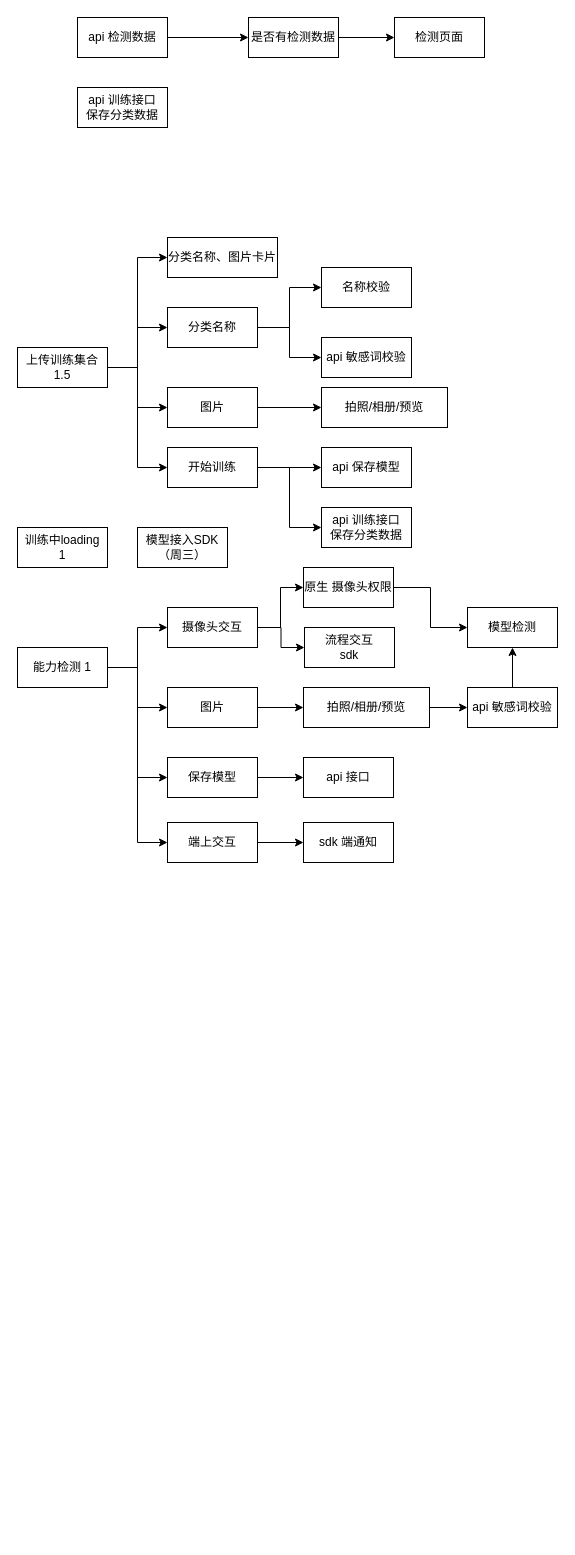
This is page "物品识别" (9 of 9) of my-project/未命名绘图.drawio from gmtaurus/ceshi, a draw.io file, before an edit. Source tidied: cells renumbered, new cells numbered last; positions are measured from the earlier drawing's top-left corner, leaving out a move shared by most shapes. Both pictures are drawn from the tidied source at 100%, with x=0, y=0 at pixel (17, 17).
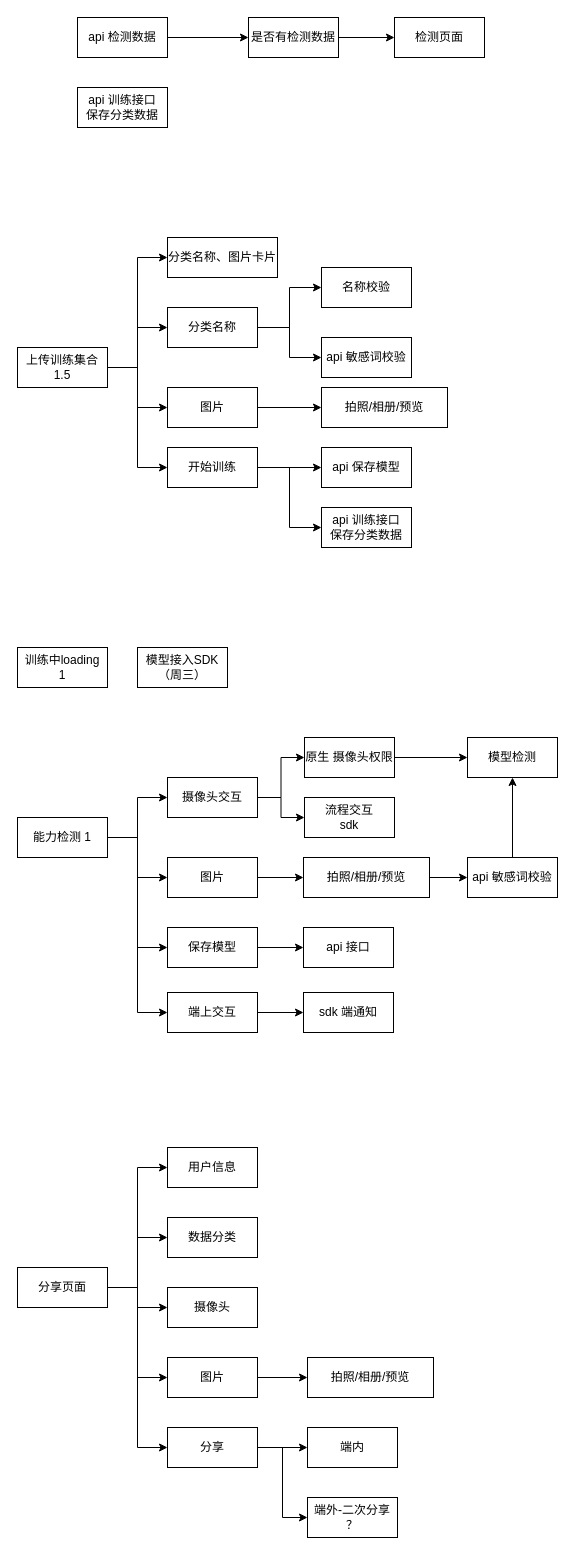
The same diagram, later.

Commit message:
更新未命名绘图.drawio

Diff of the diagram source:
```diff
@@
     <mxCell id="15" value="训练中loading&lt;br&gt;1" style="rounded=0;whiteSpace=wrap;html=1;" parent="1" vertex="1">
-      <mxGeometry y="510" width="90" height="40" as="geometry" />
+      <mxGeometry y="630" width="90" height="40" as="geometry" />
     </mxCell>
@@
     <mxCell id="21" value="能力检测 1" style="rounded=0;whiteSpace=wrap;html=1;" parent="1" vertex="1">
-      <mxGeometry y="630" width="90" height="40" as="geometry" />
+      <mxGeometry y="800" width="90" height="40" as="geometry" />
     </mxCell>
@@
     <mxCell id="24" value="摄像头交互" style="rounded=0;whiteSpace=wrap;html=1;" parent="1" vertex="1">
-      <mxGeometry x="150" y="590" width="90" height="40" as="geometry" />
+      <mxGeometry x="150" y="760" width="90" height="40" as="geometry" />
     </mxCell>
@@
     <mxCell id="26" value="原生 摄像头权限" style="rounded=0;whiteSpace=wrap;html=1;" parent="1" vertex="1">
-      <mxGeometry x="286" y="550" width="90" height="40" as="geometry" />
+      <mxGeometry x="287" y="720" width="90" height="40" as="geometry" />
     </mxCell>
     <mxCell id="27" value="模型接入SDK（周三）" style="rounded=0;whiteSpace=wrap;html=1;" parent="1" vertex="1">
-      <mxGeometry x="120" y="510" width="90" height="40" as="geometry" />
+      <mxGeometry x="120" y="630" width="90" height="40" as="geometry" />
     </mxCell>
@@
     <mxCell id="29" value="图片" style="rounded=0;whiteSpace=wrap;html=1;" parent="1" vertex="1">
-      <mxGeometry x="150" y="670" width="90" height="40" as="geometry" />
+      <mxGeometry x="150" y="840" width="90" height="40" as="geometry" />
     </mxCell>
@@
     <mxCell id="31" value="拍照/相册/预览" style="rounded=0;whiteSpace=wrap;html=1;" parent="1" vertex="1">
-      <mxGeometry x="286" y="670" width="126" height="40" as="geometry" />
+      <mxGeometry x="286" y="840" width="126" height="40" as="geometry" />
     </mxCell>
@@
     <mxCell id="33" value="保存模型" style="rounded=0;whiteSpace=wrap;html=1;" parent="1" vertex="1">
-      <mxGeometry x="150" y="740" width="90" height="40" as="geometry" />
+      <mxGeometry x="150" y="910" width="90" height="40" as="geometry" />
     </mxCell>
@@
     <mxCell id="35" value="端上交互" style="rounded=0;whiteSpace=wrap;html=1;" parent="1" vertex="1">
-      <mxGeometry x="150" y="805" width="90" height="40" as="geometry" />
+      <mxGeometry x="150" y="975" width="90" height="40" as="geometry" />
     </mxCell>
     <mxCell id="36" value="sdk 端通知" style="rounded=0;whiteSpace=wrap;html=1;" parent="1" vertex="1">
-      <mxGeometry x="286" y="805" width="90" height="40" as="geometry" />
+      <mxGeometry x="286" y="975" width="90" height="40" as="geometry" />
     </mxCell>
     <mxCell id="37" value="api 接口" style="rounded=0;whiteSpace=wrap;html=1;" parent="1" vertex="1">
-      <mxGeometry x="286" y="740" width="90" height="40" as="geometry" />
+      <mxGeometry x="286" y="910" width="90" height="40" as="geometry" />
     </mxCell>
@@
     <mxCell id="43" value="api 敏感词校验" style="rounded=0;whiteSpace=wrap;html=1;" parent="1" vertex="1">
-      <mxGeometry x="450" y="670" width="90" height="40" as="geometry" />
+      <mxGeometry x="450" y="840" width="90" height="40" as="geometry" />
     </mxCell>
     <mxCell id="44" value="模型检测" style="rounded=0;whiteSpace=wrap;html=1;" parent="1" vertex="1">
-      <mxGeometry x="450" y="590" width="90" height="40" as="geometry" />
+      <mxGeometry x="450" y="720" width="90" height="40" as="geometry" />
     </mxCell>
@@
     <mxCell id="52" value="流程交互&lt;br&gt;sdk" style="rounded=0;whiteSpace=wrap;html=1;" parent="1" vertex="1">
-      <mxGeometry x="287" y="610" width="90" height="40" as="geometry" />
+      <mxGeometry x="287" y="780" width="90" height="40" as="geometry" />
     </mxCell>
+    <mxCell id="53" style="edgeStyle=orthogonalEdgeStyle;rounded=0;jettySize=auto;html=1;exitX=1;exitY=0.5;exitDx=0;exitDy=0;entryX=0;entryY=0.5;entryDx=0;entryDy=0;" parent="1" edge="1" source="58" target="59">
+      <mxGeometry relative="1" as="geometry" />
+    </mxCell>
+    <mxCell id="54" style="edgeStyle=orthogonalEdgeStyle;rounded=0;jettySize=auto;html=1;exitX=1;exitY=0.5;exitDx=0;exitDy=0;entryX=0;entryY=0.5;entryDx=0;entryDy=0;" parent="1" edge="1" source="58" target="60">
+      <mxGeometry relative="1" as="geometry" />
+    </mxCell>
+    <mxCell id="55" style="edgeStyle=orthogonalEdgeStyle;rounded=0;jettySize=auto;html=1;exitX=1;exitY=0.5;exitDx=0;exitDy=0;entryX=0;entryY=0.5;entryDx=0;entryDy=0;" parent="1" edge="1" source="58" target="61">
+      <mxGeometry relative="1" as="geometry" />
+    </mxCell>
+    <mxCell id="56" style="edgeStyle=orthogonalEdgeStyle;rounded=0;jettySize=auto;html=1;exitX=1;exitY=0.5;exitDx=0;exitDy=0;entryX=0;entryY=0.5;entryDx=0;entryDy=0;" parent="1" edge="1" source="58" target="63">
+      <mxGeometry relative="1" as="geometry" />
+    </mxCell>
+    <mxCell id="57" style="edgeStyle=orthogonalEdgeStyle;rounded=0;jettySize=auto;html=1;exitX=1;exitY=0.5;exitDx=0;exitDy=0;entryX=0;entryY=0.5;entryDx=0;entryDy=0;" parent="1" edge="1" source="58" target="67">
+      <mxGeometry relative="1" as="geometry" />
+    </mxCell>
+    <mxCell id="58" value="分享页面" style="rounded=0;whiteSpace=wrap;html=1;" parent="1" vertex="1">
+      <mxGeometry y="1250" width="90" height="40" as="geometry" />
+    </mxCell>
+    <mxCell id="59" value="用户信息" style="rounded=0;whiteSpace=wrap;html=1;" parent="1" vertex="1">
+      <mxGeometry x="150" y="1130" width="90" height="40" as="geometry" />
+    </mxCell>
+    <mxCell id="60" value="数据分类" style="rounded=0;whiteSpace=wrap;html=1;" parent="1" vertex="1">
+      <mxGeometry x="150" y="1200" width="90" height="40" as="geometry" />
+    </mxCell>
+    <mxCell id="61" value="摄像头" style="rounded=0;whiteSpace=wrap;html=1;" parent="1" vertex="1">
+      <mxGeometry x="150" y="1270" width="90" height="40" as="geometry" />
+    </mxCell>
+    <mxCell id="62" style="edgeStyle=orthogonalEdgeStyle;rounded=0;jettySize=auto;html=1;" parent="1" edge="1" source="63" target="64">
+      <mxGeometry relative="1" as="geometry" />
+    </mxCell>
+    <mxCell id="63" value="图片" style="rounded=0;whiteSpace=wrap;html=1;" parent="1" vertex="1">
+      <mxGeometry x="150" y="1340" width="90" height="40" as="geometry" />
+    </mxCell>
+    <mxCell id="64" value="拍照/相册/预览" style="rounded=0;whiteSpace=wrap;html=1;" parent="1" vertex="1">
+      <mxGeometry x="290" y="1340" width="126" height="40" as="geometry" />
+    </mxCell>
+    <mxCell id="65" style="edgeStyle=orthogonalEdgeStyle;rounded=0;jettySize=auto;html=1;" parent="1" edge="1" source="67" target="68">
+      <mxGeometry relative="1" as="geometry" />
+    </mxCell>
+    <mxCell id="66" style="edgeStyle=orthogonalEdgeStyle;rounded=0;jettySize=auto;html=1;exitX=1;exitY=0.5;exitDx=0;exitDy=0;entryX=0;entryY=0.5;entryDx=0;entryDy=0;" parent="1" edge="1" source="67" target="69">
+      <mxGeometry relative="1" as="geometry" />
+    </mxCell>
+    <mxCell id="67" value="分享" style="rounded=0;whiteSpace=wrap;html=1;" parent="1" vertex="1">
+      <mxGeometry x="150" y="1410" width="90" height="40" as="geometry" />
+    </mxCell>
+    <mxCell id="68" value="端内" style="rounded=0;whiteSpace=wrap;html=1;" parent="1" vertex="1">
+      <mxGeometry x="290" y="1410" width="90" height="40" as="geometry" />
+    </mxCell>
+    <mxCell id="69" value="端外-二次分享&lt;br&gt;？" style="rounded=0;whiteSpace=wrap;html=1;" parent="1" vertex="1">
+      <mxGeometry x="290" y="1480" width="90" height="40" as="geometry" />
+    </mxCell>
```
